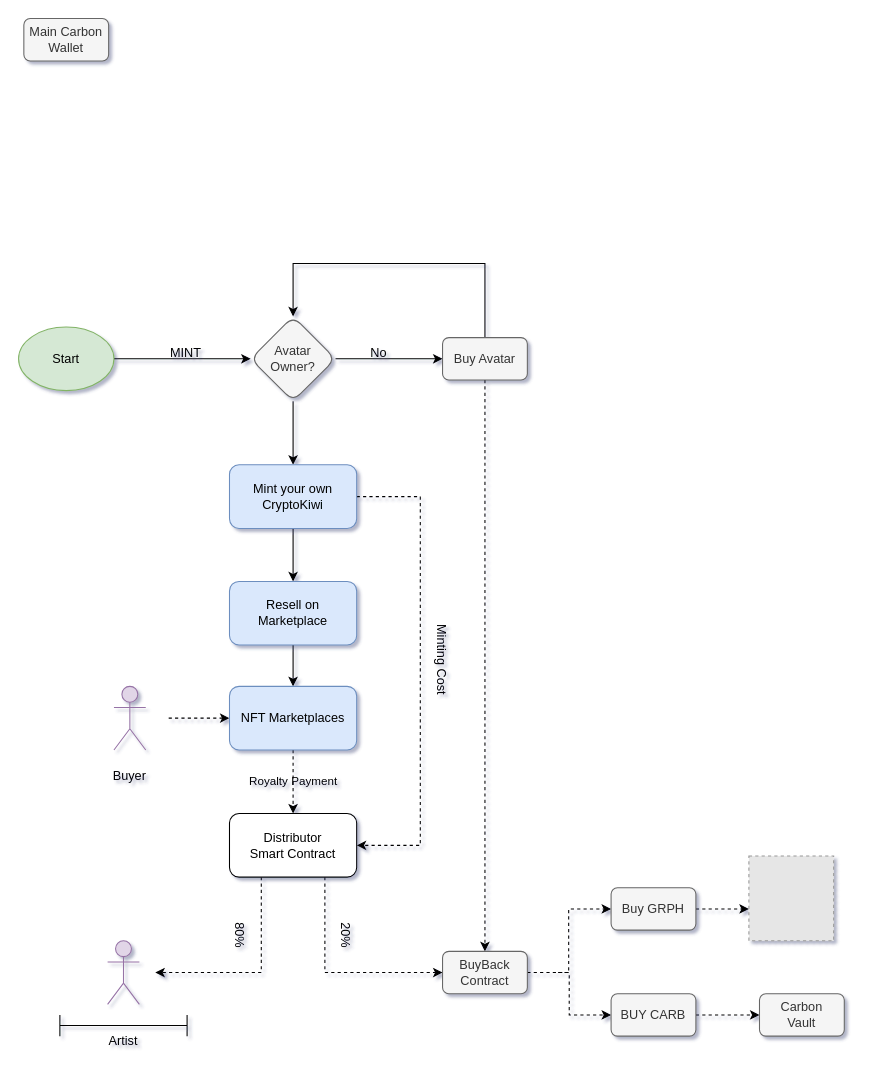
This is Deflation.drawio from Carbon-Labs/Diagrams, a draw.io file, before an edit. Source tidied: cells renumbered, new cells numbered last; positions are measured from the earlier drawing's top-left corner, leaving out a move shared by most shapes. Both pictures are drawn from the tidied source at 106%, with x=0, y=0 at pixel (18, 18). Pictures stored in the file or linked from it are replaced by grey dashed boxes.
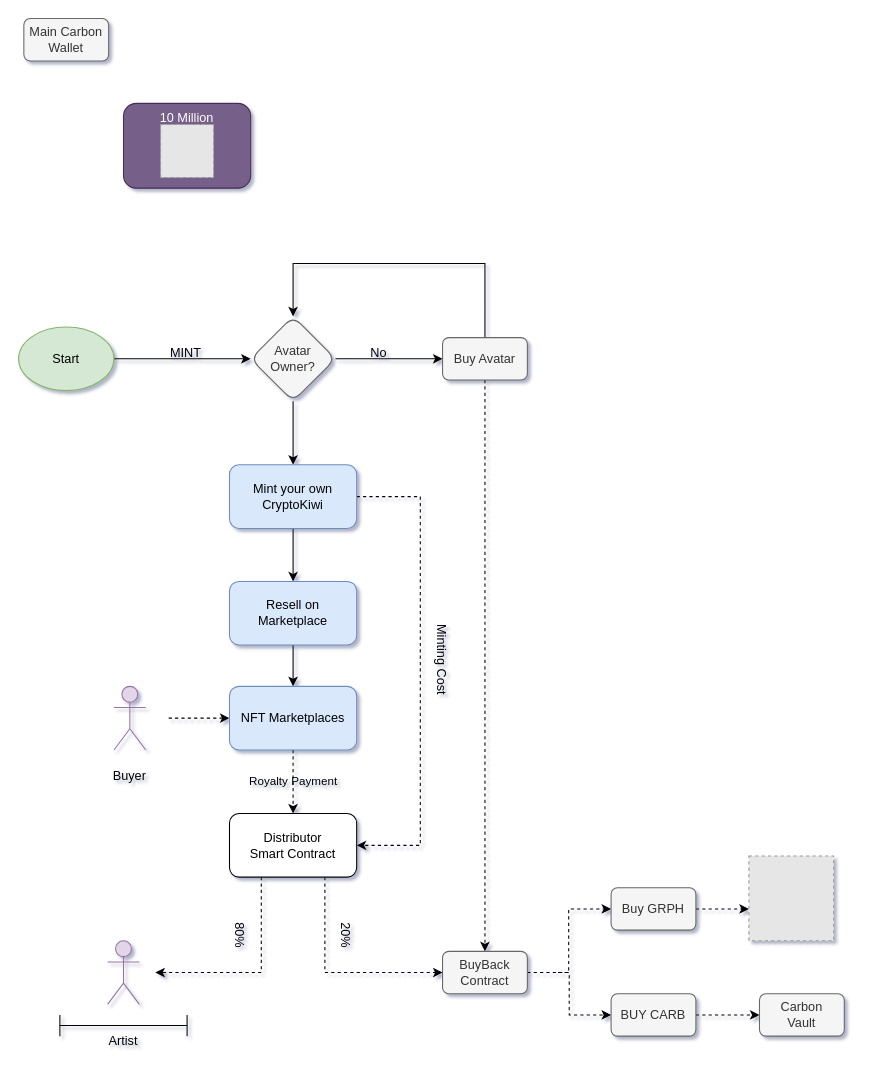
Above is the later version.

What changed in the source:
```diff
@@
+    <mxCell id="41" value="10 Million" style="rounded=1;whiteSpace=wrap;html=1;fillColor=#76608a;strokeColor=#432D57;fontColor=#ffffff;verticalAlign=top;" parent="1" vertex="1">
+      <mxGeometry x="99" y="80" width="120" height="80" as="geometry" />
+    </mxCell>
+    <mxCell id="42" style="fillColor=#E6E6E6;strokeColor=#999999;dashed=1;verticalLabelPosition=bottom;labelBackgroundColor=#ffffff;verticalAlign=top;" parent="1" vertex="1">
+      <mxGeometry x="134" y="100" width="50" height="50" as="geometry" />
+    </mxCell>
```
